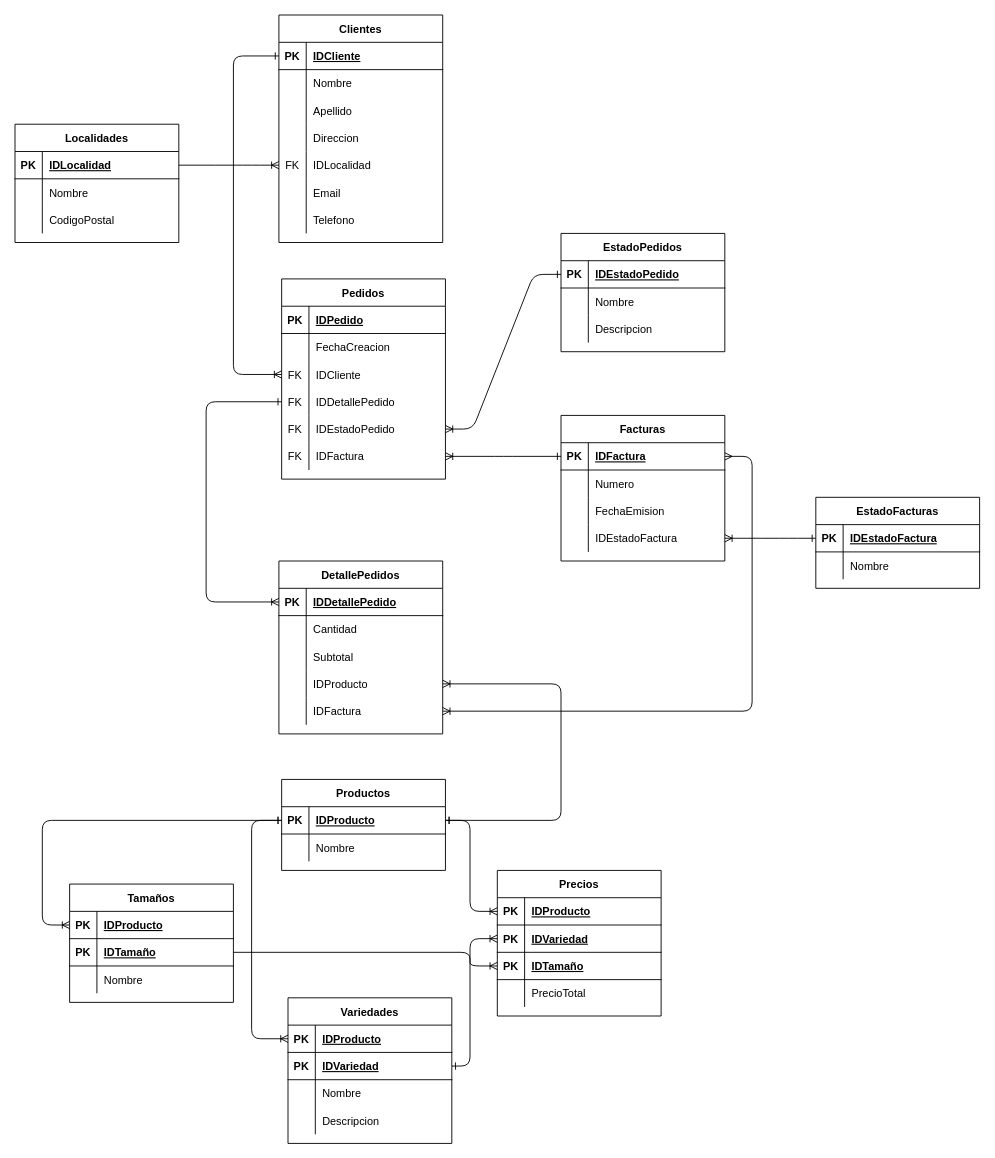
The draw.io diagram Delivery DER.drawio in RailGun15/laboratorio3-20202c, before the edit. Source tidied: cells renumbered, new cells numbered last; positions are measured from the earlier drawing's top-left corner, leaving out a move shared by most shapes. Both pictures are drawn from the tidied source at 91%, with x=0, y=0 at pixel (15, 15).
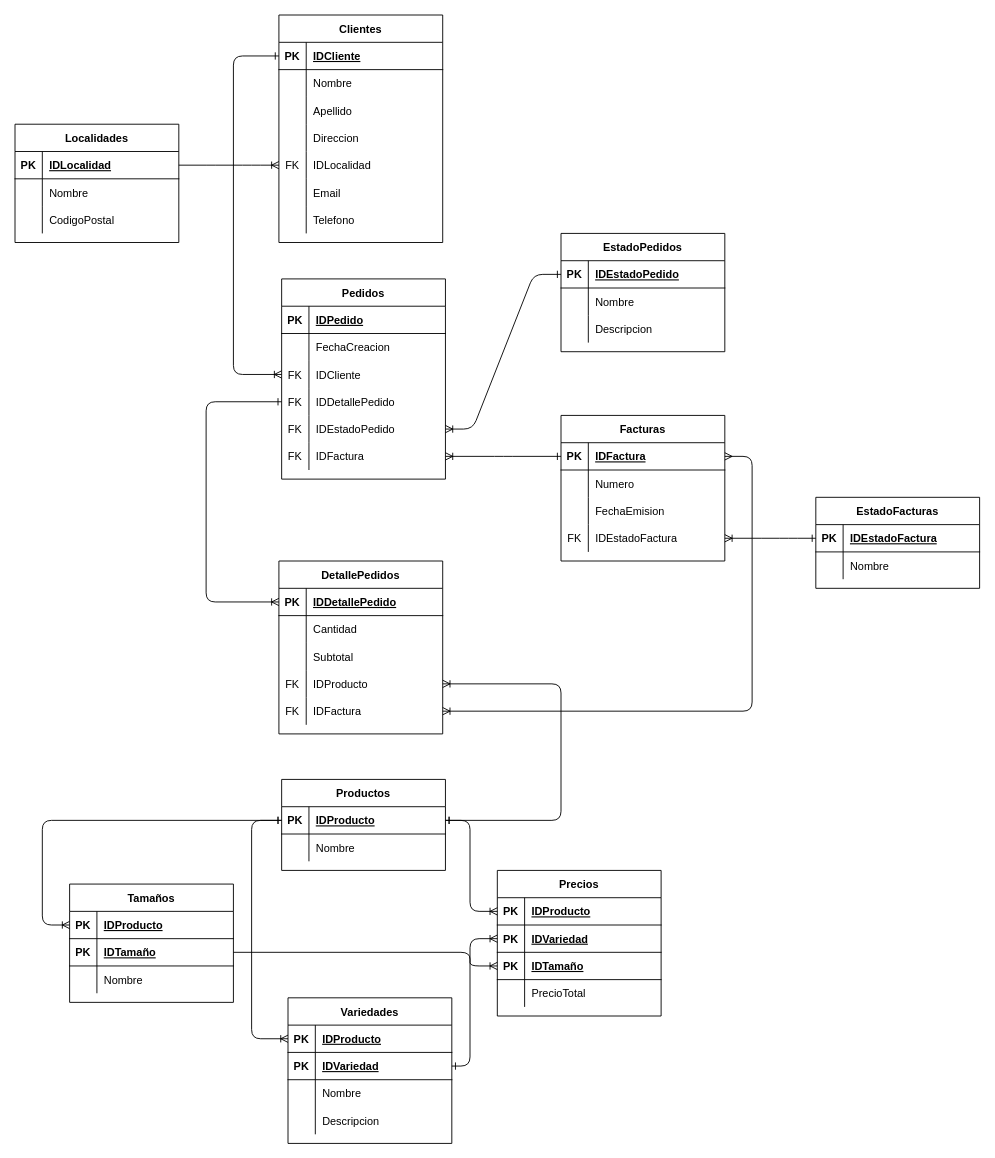
Above is the later version.

Unchanged cells that the change refers to:
```xml
<mxCell id="12" style="shape=partialRectangle;fillColor=none;top=0;left=0;bottom=0;right=0;points=[[0,0.5],[1,0.5]];portConstraint=eastwest;" parent="2" vertex="1">
  <mxGeometry y="120" width="180" height="30" as="geometry" />
</mxCell>
<mxCell id="15" style="shape=partialRectangle;fillColor=none;top=0;left=0;bottom=0;right=0;points=[[0,0.5],[1,0.5]];portConstraint=eastwest;" parent="2" vertex="1">
  <mxGeometry y="150" width="180" height="30" as="geometry" />
</mxCell>
<mxCell id="109" style="shape=partialRectangle;fillColor=none;top=0;left=0;bottom=0;right=0;points=[[0,0.5],[1,0.5]];portConstraint=eastwest;" parent="99" vertex="1">
  <mxGeometry y="120" width="180" height="30" as="geometry" />
</mxCell>
```

What changed in the source:
```diff
@@
-    <mxCell id="13" style="shape=partialRectangle;fillColor=none;top=0;left=0;bottom=0;right=0;overflow=hidden;" parent="12" vertex="1">
+    <mxCell id="13" value="FK" style="shape=partialRectangle;fillColor=none;top=0;left=0;bottom=0;right=0;overflow=hidden;" parent="12" vertex="1">
       <mxGeometry width="30" height="30" as="geometry" />
     </mxCell>
@@
-    <mxCell id="16" style="shape=partialRectangle;fillColor=none;top=0;left=0;bottom=0;right=0;overflow=hidden;" parent="15" vertex="1">
+    <mxCell id="16" value="FK" style="shape=partialRectangle;fillColor=none;top=0;left=0;bottom=0;right=0;overflow=hidden;" parent="15" vertex="1">
       <mxGeometry width="30" height="30" as="geometry" />
     </mxCell>
@@
-    <mxCell id="110" style="shape=partialRectangle;fillColor=none;top=0;left=0;bottom=0;right=0;overflow=hidden;" parent="109" vertex="1">
+    <mxCell id="110" value="FK" style="shape=partialRectangle;fillColor=none;top=0;left=0;bottom=0;right=0;overflow=hidden;" parent="109" vertex="1">
       <mxGeometry width="30" height="30" as="geometry" />
     </mxCell>
```
